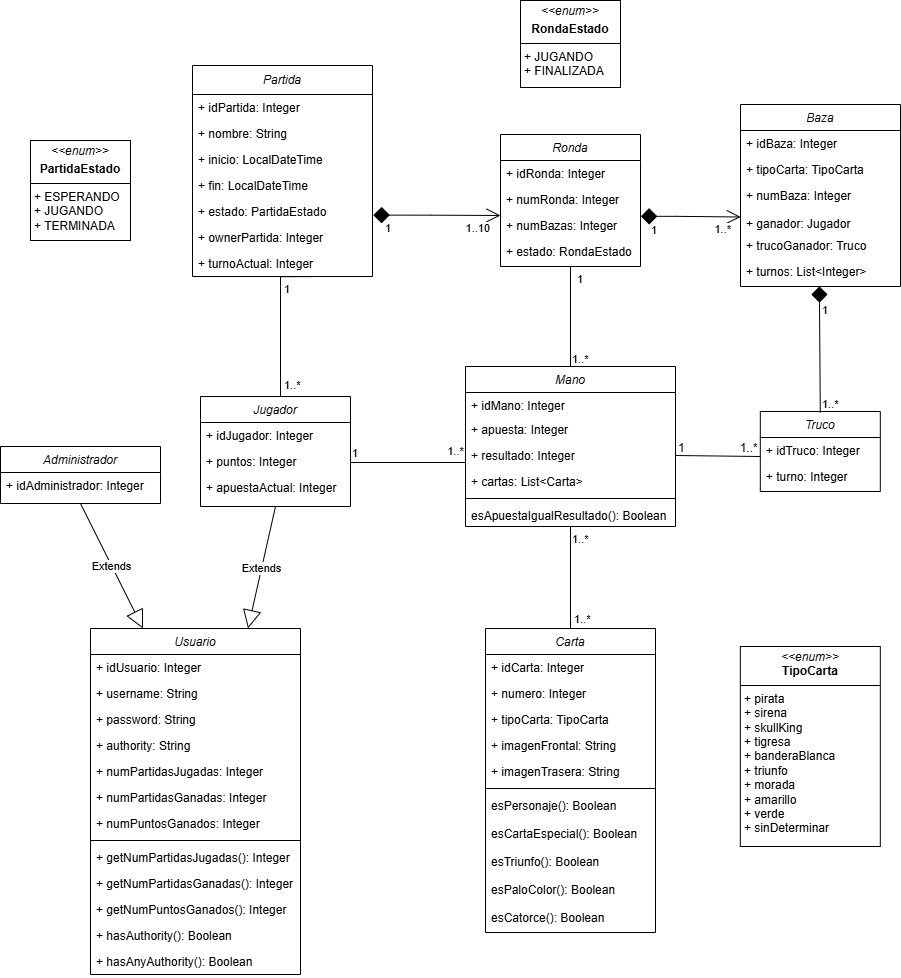
Above: docs/diagrams/Diagrama_de_dominio_UML.png in Cristinafernandezchica/skullking (draw.io), before the change. Source tidied: cells renumbered, new cells last; positions are measured from the earlier drawing's top-left corner, leaving out a move shared by most shapes.
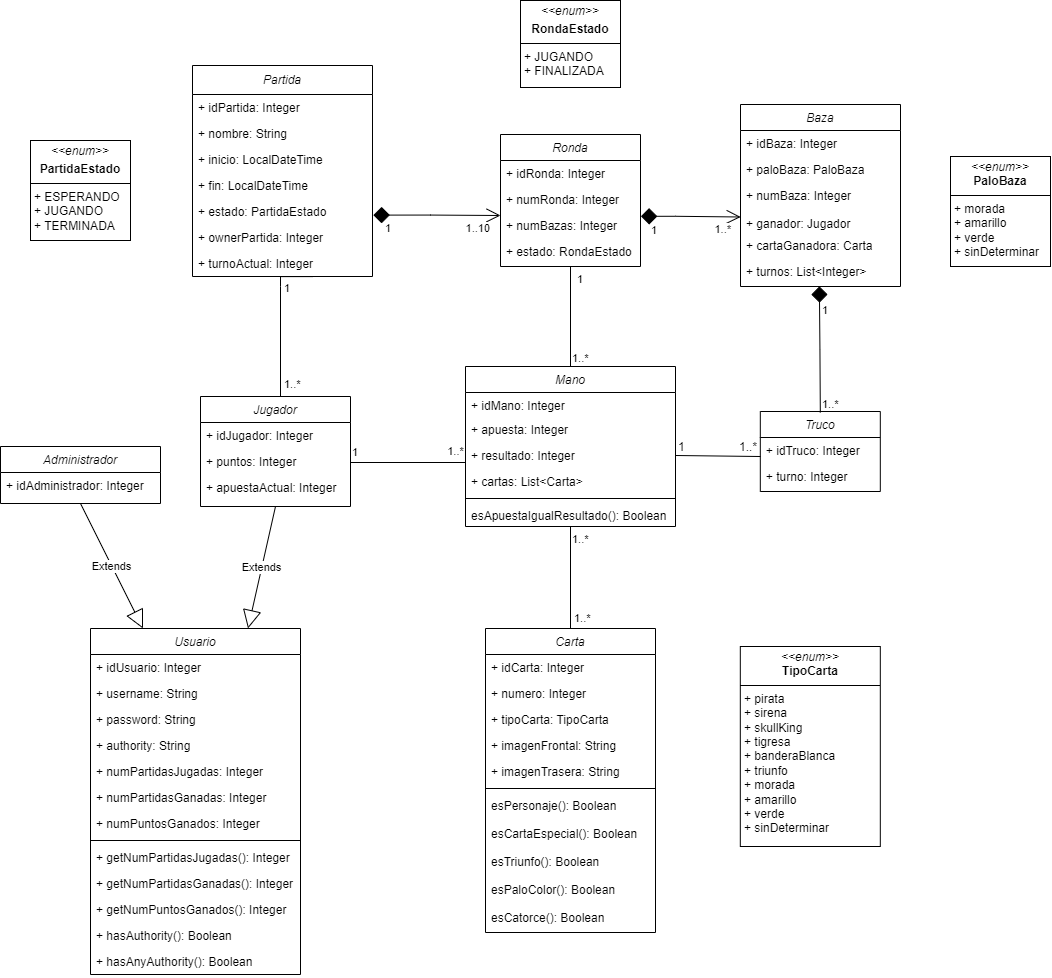
The same diagram one commit later.

What changed in the source:
```diff
@@ -97,7 +97,7 @@
     <mxCell id="28" value="+ idBaza: Integer" style="text;align=left;verticalAlign=top;spacingLeft=4;spacingRight=4;overflow=hidden;" parent="27" vertex="1">
       <mxGeometry y="26" width="160" height="26" as="geometry" />
     </mxCell>
-    <mxCell id="29" value="+ tipoCarta: TipoCarta" style="text;align=left;verticalAlign=top;spacingLeft=4;spacingRight=4;overflow=hidden;" parent="27" vertex="1">
+    <mxCell id="29" value="+ paloBaza: PaloBaza" style="text;align=left;verticalAlign=top;spacingLeft=4;spacingRight=4;overflow=hidden;" parent="27" vertex="1">
       <mxGeometry y="52" width="160" height="26" as="geometry" />
     </mxCell>
     <mxCell id="30" value="+ numBaza: Integer" style="text;align=left;verticalAlign=top;spacingLeft=4;spacingRight=4;overflow=hidden;rounded=0;shadow=0;html=0;" parent="27" vertex="1">
@@ -106,7 +106,7 @@
     <mxCell id="31" value="+ ganador: Jugador" style="text;align=left;verticalAlign=top;spacingLeft=4;spacingRight=4;overflow=hidden;points=[[0,0.5],[1,0.5]];portConstraint=eastwest;rounded=0;shadow=0;html=0;" parent="27" vertex="1">
       <mxGeometry y="106" width="160" height="22" as="geometry" />
     </mxCell>
-    <mxCell id="32" value="+ trucoGanador: Truco" style="text;align=left;verticalAlign=top;spacingLeft=4;spacingRight=4;overflow=hidden;" parent="27" vertex="1">
+    <mxCell id="32" value="+ cartaGanadora: Carta" style="text;align=left;verticalAlign=top;spacingLeft=4;spacingRight=4;overflow=hidden;" parent="27" vertex="1">
       <mxGeometry y="128" width="160" height="26" as="geometry" />
     </mxCell>
     <mxCell id="33" value="+ turnos: List&lt;Integer&gt;" style="text;align=left;verticalAlign=top;spacingLeft=4;spacingRight=4;overflow=hidden;" parent="27" vertex="1">
@@ -317,5 +317,8 @@
     <mxCell id="89" value="1" style="edgeLabel;html=1;align=left;verticalAlign=bottom;rotation=0;" parent="1" vertex="1">
       <mxGeometry x="282" y="296" as="geometry" />
     </mxCell>
+    <mxCell id="90" value="&lt;p style=&quot;margin:0px;margin-top:4px;text-align:center;&quot;&gt;&lt;i&gt;&amp;lt;&amp;lt;enum&amp;gt;&amp;gt;&lt;/i&gt;&lt;br&gt;&lt;span style=&quot;text-align: left; text-wrap: nowrap;&quot;&gt;&lt;b&gt;PaloBaza&lt;/b&gt;&lt;/span&gt;&lt;br&gt;&lt;/p&gt;&lt;hr size=&quot;1&quot; style=&quot;border-style:solid;&quot;&gt;&lt;p style=&quot;margin:0px;margin-left:4px;&quot;&gt;&lt;span style=&quot;background-color: initial;&quot;&gt;+ morada&lt;/span&gt;&lt;/p&gt;&lt;p style=&quot;margin:0px;margin-left:4px;&quot;&gt;+ amarillo&lt;/p&gt;&lt;p style=&quot;margin:0px;margin-left:4px;&quot;&gt;+ verde&lt;/p&gt;&lt;p style=&quot;margin:0px;margin-left:4px;&quot;&gt;+ sinDeterminar&lt;/p&gt;" style="verticalAlign=top;align=left;overflow=fill;html=1;whiteSpace=wrap;" parent="1" vertex="1">
+      <mxGeometry x="950" y="156" width="100" height="110" as="geometry" />
+    </mxCell>
   </root>
 </mxGraphModel>
```
